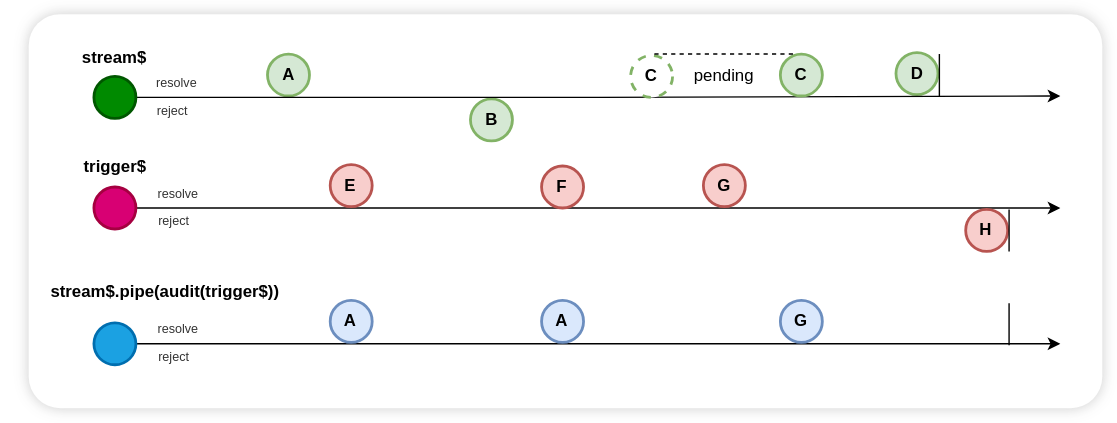
This is docs/public/audit.drawio.svg from fluthjs/fluth-doc, a draw.io export, as it was before one commit. Source tidied: cells renumbered, new cells last; positions are measured from the earlier drawing's top-left corner, leaving out a move shared by most shapes.
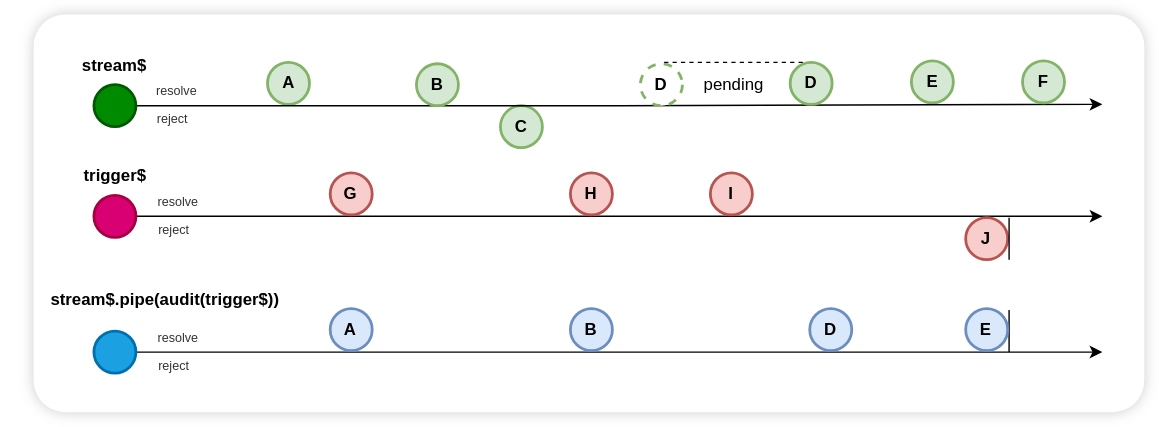
The same file after the commit.

Change to the diagram source:
```diff
@@ -3,11 +3,11 @@
     <mxCell id="0" />
     <mxCell id="1" parent="0" />
     <mxCell id="2" style="rounded=1;whiteSpace=wrap;html=1;fontFamily=Helvetica;fontSize=11;fontColor=default;labelBackgroundColor=default;arcSize=8;shadow=1;glass=0;strokeColor=none;shadowOffsetX=0;shadowOffsetY=0;shadowBlur=5;shadowColor=#333333;" parent="1" vertex="1">
-      <mxGeometry x="21" y="-0.5" width="767" height="281.5" as="geometry" />
+      <mxGeometry x="24.5" y="-6.2" width="793.5" height="284.2" as="geometry" />
     </mxCell>
     <mxCell id="3" style="edgeStyle=orthogonalEdgeStyle;rounded=0;jettySize=auto;html=1;exitX=1;exitY=0.5;exitDx=0;exitDy=0;" parent="1" edge="1" source="6">
       <mxGeometry relative="1" as="geometry">
-        <mxPoint x="758" y="138" as="targetPoint" />
+        <mxPoint x="788" y="138" as="targetPoint" />
         <Array as="points">
           <mxPoint x="107.4" y="138" />
         </Array>
@@ -25,27 +25,21 @@
     <mxCell id="7" value="A" style="ellipse;whiteSpace=wrap;html=1;strokeWidth=2;fontStyle=1;fillColor=#d5e8d4;strokeColor=#82b366;" parent="1" vertex="1">
       <mxGeometry x="191.6" y="28" width="30" height="30" as="geometry" />
     </mxCell>
-    <mxCell id="8" value="B" style="ellipse;whiteSpace=wrap;html=1;strokeWidth=2;fontStyle=1;fillColor=#d5e8d4;strokeColor=#82b366;" parent="1" vertex="1">
-      <mxGeometry x="336.6" y="60" width="30" height="30" as="geometry" />
+    <mxCell id="8" value="C" style="ellipse;whiteSpace=wrap;html=1;strokeWidth=2;fontStyle=1;fillColor=#d5e8d4;strokeColor=#82b366;" parent="1" vertex="1">
+      <mxGeometry x="358" y="59" width="30" height="30" as="geometry" />
     </mxCell>
-    <mxCell id="9" value="D" style="ellipse;whiteSpace=wrap;html=1;strokeWidth=2;fontStyle=1;fillColor=#d5e8d4;strokeColor=#82b366;" parent="1" vertex="1">
-      <mxGeometry x="640.6" y="27" width="30" height="30" as="geometry" />
+    <mxCell id="9" value="E" style="ellipse;whiteSpace=wrap;html=1;strokeWidth=2;fontStyle=1;fillColor=#d5e8d4;strokeColor=#82b366;" parent="1" vertex="1">
+      <mxGeometry x="651.6" y="27" width="30" height="30" as="geometry" />
     </mxCell>
-    <mxCell id="10" value="E" style="ellipse;whiteSpace=wrap;html=1;strokeWidth=2;fontStyle=1;fillColor=#f8cecc;strokeColor=#b85450;" parent="1" vertex="1">
+    <mxCell id="10" value="G" style="ellipse;whiteSpace=wrap;html=1;strokeWidth=2;fontStyle=1;fillColor=#f8cecc;strokeColor=#b85450;" parent="1" vertex="1">
       <mxGeometry x="236.4" y="107" width="30" height="30" as="geometry" />
     </mxCell>
-    <mxCell id="11" value="F" style="ellipse;whiteSpace=wrap;html=1;strokeWidth=2;fontStyle=1;fillColor=#f8cecc;strokeColor=#b85450;" parent="1" vertex="1">
-      <mxGeometry x="387.4" y="108" width="30" height="30" as="geometry" />
+    <mxCell id="11" value="H" style="ellipse;whiteSpace=wrap;html=1;strokeWidth=2;fontStyle=1;fillColor=#f8cecc;strokeColor=#b85450;" parent="1" vertex="1">
+      <mxGeometry x="408" y="107" width="30" height="30" as="geometry" />
     </mxCell>
-    <mxCell id="12" value="H" style="ellipse;whiteSpace=wrap;html=1;strokeWidth=2;fontStyle=1;fillColor=#f8cecc;strokeColor=#b85450;" parent="1" vertex="1">
+    <mxCell id="12" value="J" style="ellipse;whiteSpace=wrap;html=1;strokeWidth=2;fontStyle=1;fillColor=#f8cecc;strokeColor=#b85450;" parent="1" vertex="1">
       <mxGeometry x="690.4" y="139" width="30" height="30" as="geometry" />
     </mxCell>
-    <mxCell id="13" style="endArrow=none;html=1;rounded=0;strokeWidth=1;" parent="1" edge="1">
-      <mxGeometry relative="1" as="geometry">
-        <mxPoint x="671.6" y="58" as="sourcePoint" />
-        <mxPoint x="671.6" y="28" as="targetPoint" />
-      </mxGeometry>
-    </mxCell>
     <mxCell id="14" style="endArrow=none;html=1;rounded=0;strokeWidth=1;" parent="1" edge="1">
       <mxGeometry relative="1" as="geometry">
         <mxPoint x="721.4" y="169" as="sourcePoint" />
@@ -57,7 +51,7 @@
     </mxCell>
     <mxCell id="16" style="edgeStyle=orthogonalEdgeStyle;rounded=0;jettySize=auto;html=1;" parent="1" edge="1" source="17">
       <mxGeometry relative="1" as="geometry">
-        <mxPoint x="758" y="235" as="targetPoint" />
+        <mxPoint x="788" y="235" as="targetPoint" />
       </mxGeometry>
     </mxCell>
     <mxCell id="17" style="ellipse;whiteSpace=wrap;html=1;strokeWidth=2;fontStyle=1;fillColor=#1ba1e2;fontColor=#ffffff;strokeColor=#006EAF;" parent="1" vertex="1">
@@ -68,8 +62,8 @@
     </mxCell>
     <mxCell id="19" style="endArrow=none;html=1;rounded=0;strokeWidth=1;" parent="1" edge="1">
       <mxGeometry relative="1" as="geometry">
-        <mxPoint x="721.4" y="236" as="sourcePoint" />
-        <mxPoint x="721.4" y="206" as="targetPoint" />
+        <mxPoint x="721.4" y="235" as="sourcePoint" />
+        <mxPoint x="721.4" y="205" as="targetPoint" />
       </mxGeometry>
     </mxCell>
     <mxCell id="20" value="resolve" style="text;html=1;align=center;verticalAlign=middle;whiteSpace=wrap;rounded=0;fontSize=9;fontColor=#333333;" parent="1" vertex="1">
@@ -80,7 +74,7 @@
     </mxCell>
     <mxCell id="22" style="edgeStyle=orthogonalEdgeStyle;rounded=0;jettySize=auto;html=1;" parent="1" edge="1" source="23">
       <mxGeometry relative="1" as="geometry">
-        <mxPoint x="758" y="58" as="targetPoint" />
+        <mxPoint x="788" y="58" as="targetPoint" />
       </mxGeometry>
     </mxCell>
     <mxCell id="23" style="ellipse;whiteSpace=wrap;html=1;strokeWidth=2;fontStyle=1;fillColor=#008a00;fontColor=#ffffff;strokeColor=#005700;" parent="1" vertex="1">
@@ -98,29 +92,38 @@
     <mxCell id="27" value="reject" style="text;html=1;align=center;verticalAlign=middle;whiteSpace=wrap;rounded=0;fontSize=9;fontColor=#333333;" parent="1" vertex="1">
       <mxGeometry x="95.3" y="230" width="60" height="30" as="geometry" />
     </mxCell>
-    <mxCell id="28" value="&lt;span style=&quot;color: rgb(0, 0, 0);&quot;&gt;A&lt;/span&gt;" style="ellipse;whiteSpace=wrap;html=1;strokeWidth=2;fontStyle=1;fillColor=#dae8fc;strokeColor=#6c8ebf;" parent="1" vertex="1">
-      <mxGeometry x="387.4" y="204" width="30" height="30" as="geometry" />
+    <mxCell id="28" value="&lt;span style=&quot;color: rgb(0, 0, 0);&quot;&gt;B&lt;/span&gt;" style="ellipse;whiteSpace=wrap;html=1;strokeWidth=2;fontStyle=1;fillColor=#dae8fc;strokeColor=#6c8ebf;" parent="1" vertex="1">
+      <mxGeometry x="408" y="204" width="30" height="30" as="geometry" />
     </mxCell>
-    <mxCell id="29" value="C" style="ellipse;whiteSpace=wrap;html=1;strokeWidth=2;fontStyle=1;fillColor=#d5e8d4;strokeColor=#82b366;" parent="1" vertex="1">
-      <mxGeometry x="558" y="28" width="30" height="30" as="geometry" />
+    <mxCell id="29" value="D" style="ellipse;whiteSpace=wrap;html=1;strokeWidth=2;fontStyle=1;fillColor=#d5e8d4;strokeColor=#82b366;" parent="1" vertex="1">
+      <mxGeometry x="565" y="28" width="30" height="30" as="geometry" />
     </mxCell>
-    <mxCell id="30" value="C" style="ellipse;whiteSpace=wrap;html=1;strokeWidth=2;fontStyle=1;fillColor=#FFFFFF;strokeColor=#82b366;dashed=1;" parent="1" vertex="1">
-      <mxGeometry x="451" y="29" width="30" height="30" as="geometry" />
+    <mxCell id="30" value="D" style="ellipse;whiteSpace=wrap;html=1;strokeWidth=2;fontStyle=1;fillColor=#FFFFFF;strokeColor=#82b366;dashed=1;" parent="1" vertex="1">
+      <mxGeometry x="458" y="29" width="30" height="30" as="geometry" />
     </mxCell>
     <mxCell id="31" style="endArrow=none;dashed=1;html=1;" parent="1" edge="1">
       <mxGeometry relative="1" as="geometry">
-        <mxPoint x="468" y="28" as="sourcePoint" />
-        <mxPoint x="568" y="28" as="targetPoint" />
+        <mxPoint x="475" y="28" as="sourcePoint" />
+        <mxPoint x="575" y="28" as="targetPoint" />
       </mxGeometry>
     </mxCell>
     <mxCell id="32" value="pending" style="text;html=1;align=center;verticalAlign=middle;whiteSpace=wrap;rounded=0;" parent="1" vertex="1">
-      <mxGeometry x="488" y="29" width="60" height="30" as="geometry" />
+      <mxGeometry x="495" y="29" width="60" height="30" as="geometry" />
     </mxCell>
-    <mxCell id="33" value="G" style="ellipse;whiteSpace=wrap;html=1;strokeWidth=2;fontStyle=1;fillColor=#f8cecc;strokeColor=#b85450;" parent="1" vertex="1">
-      <mxGeometry x="503" y="107" width="30" height="30" as="geometry" />
+    <mxCell id="33" value="I" style="ellipse;whiteSpace=wrap;html=1;strokeWidth=2;fontStyle=1;fillColor=#f8cecc;strokeColor=#b85450;" parent="1" vertex="1">
+      <mxGeometry x="508" y="107" width="30" height="30" as="geometry" />
     </mxCell>
-    <mxCell id="34" value="&lt;span style=&quot;color: rgb(0, 0, 0);&quot;&gt;G&lt;/span&gt;" style="ellipse;whiteSpace=wrap;html=1;strokeWidth=2;fontStyle=1;fillColor=#dae8fc;strokeColor=#6c8ebf;" parent="1" vertex="1">
-      <mxGeometry x="558" y="204" width="30" height="30" as="geometry" />
+    <mxCell id="34" value="&lt;span style=&quot;color: rgb(0, 0, 0);&quot;&gt;D&lt;/span&gt;" style="ellipse;whiteSpace=wrap;html=1;strokeWidth=2;fontStyle=1;fillColor=#dae8fc;strokeColor=#6c8ebf;" parent="1" vertex="1">
+      <mxGeometry x="579" y="204" width="30" height="30" as="geometry" />
     </mxCell>
+    <mxCell id="35" value="B" style="ellipse;whiteSpace=wrap;html=1;strokeWidth=2;fontStyle=1;fillColor=#d5e8d4;strokeColor=#82b366;" parent="1" vertex="1">
+      <mxGeometry x="298" y="29" width="30" height="30" as="geometry" />
+    </mxCell>
+    <mxCell id="36" value="&lt;span style=&quot;color: rgb(0, 0, 0);&quot;&gt;E&lt;/span&gt;" style="ellipse;whiteSpace=wrap;html=1;strokeWidth=2;fontStyle=1;fillColor=#dae8fc;strokeColor=#6c8ebf;" parent="1" vertex="1">
+      <mxGeometry x="690.4" y="204" width="30" height="30" as="geometry" />
+    </mxCell>
+    <mxCell id="37" value="F" style="ellipse;whiteSpace=wrap;html=1;strokeWidth=2;fontStyle=1;fillColor=#d5e8d4;strokeColor=#82b366;" parent="1" vertex="1">
+      <mxGeometry x="731" y="27" width="30" height="30" as="geometry" />
+    </mxCell>
   </root>
 </mxGraphModel>
```
